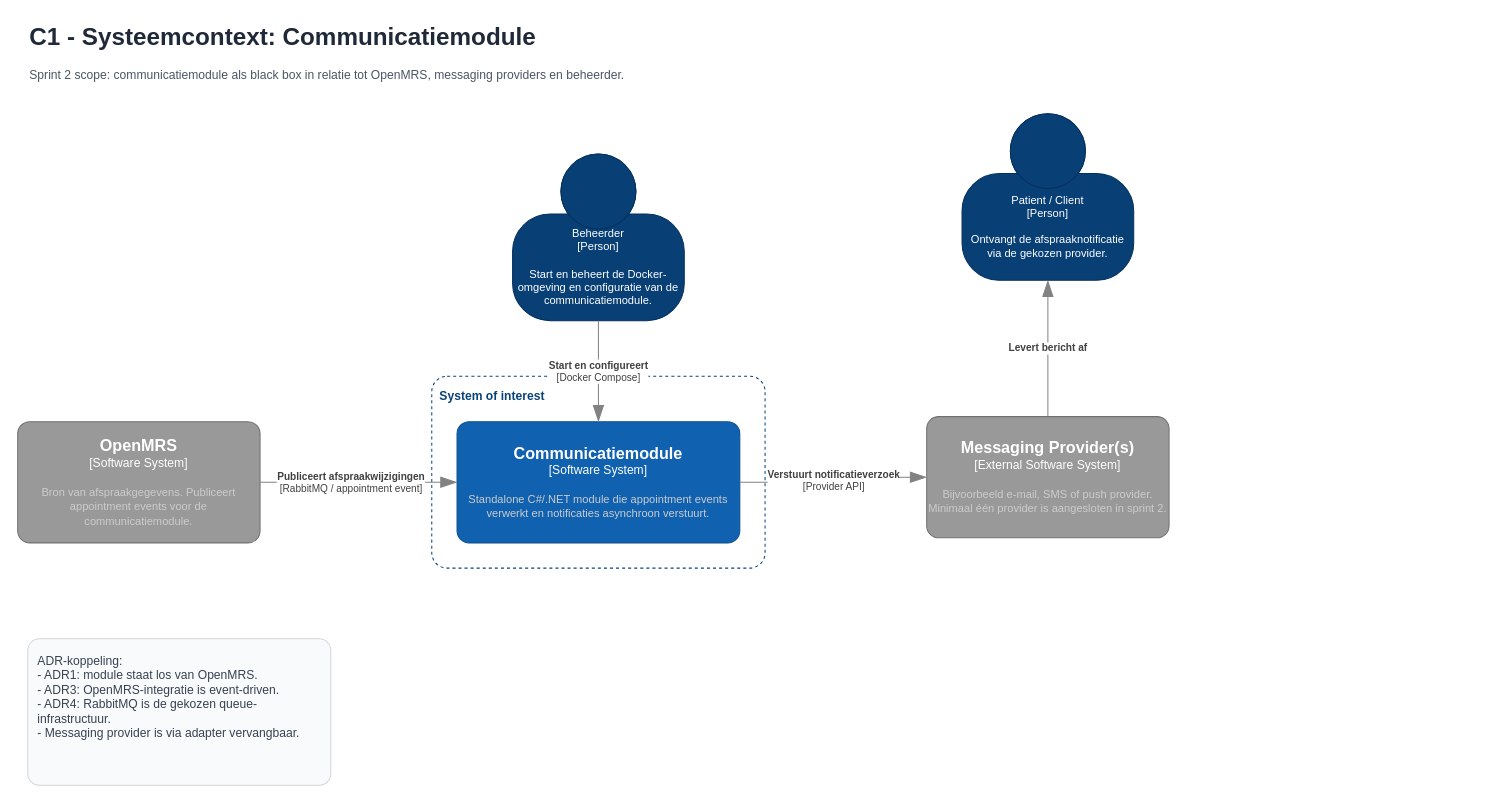
Before: C4/C4_Context.drawio in PatientPingeling/PatientPingeling, a draw.io diagram. Source tidied: cells renumbered, new cells numbered last; positions are measured from the earlier drawing's top-left corner, leaving out a move shared by most shapes. Both pictures are drawn from the tidied source at 101%, with x=0, y=0 at pixel (17, 17).
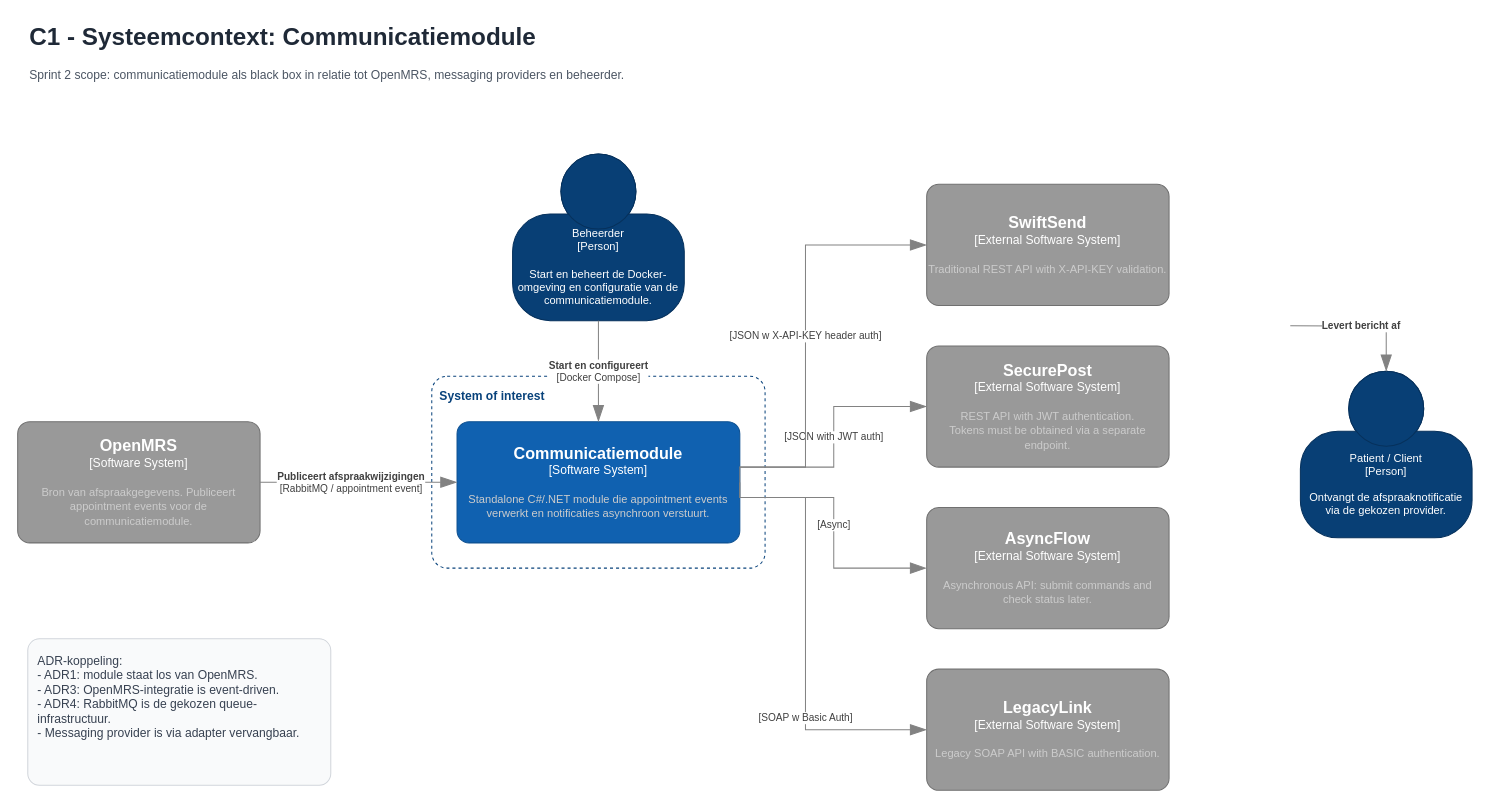
The same diagram, later.

Commit message:
Update C4 Context diagram with layout adjustments and additional external systems

The change refers to these unchanged cells:
```xml
<object id="7" label="&lt;font style=&quot;font-size: 16px&quot;&gt;&lt;b&gt;%c4Name%&lt;/b&gt;&lt;/font&gt;&lt;div&gt;[%c4Type%]&lt;/div&gt;&lt;br&gt;&lt;div&gt;&lt;font style=&quot;font-size: 11px&quot;&gt;&lt;font color=&quot;#cccccc&quot;&gt;%c4Description%&lt;/font&gt;&lt;/div&gt;" c4Description="Standalone C#/.NET module die appointment events verwerkt en notificaties asynchroon verstuurt." c4Name="Communicatiemodule" c4Type="Software System" placeholders="1">
  <mxCell style="rounded=1;whiteSpace=wrap;html=1;labelBackgroundColor=none;fillColor=#1061B0;fontColor=#ffffff;align=center;arcSize=10;strokeColor=#0D5091;points=[[0.25,0,0],[0.5,0,0],[0.75,0,0],[1,0.25,0],[1,0.5,0],[1,0.75,0],[0.75,1,0],[0.5,1,0],[0.25,1,0],[0,0.75,0],[0,0.5,0],[0,0.25,0]];" parent="1" vertex="1">
    <mxGeometry x="435" y="400" width="280" height="120" as="geometry" />
  </mxCell>
</object>
```

The edit, as a diff of the source:
```diff
@@
-    <object id="8" label="&lt;font style=&quot;font-size: 16px&quot;&gt;&lt;b&gt;%c4Name%&lt;/b&gt;&lt;/font&gt;&lt;div&gt;[%c4Type%]&lt;/div&gt;&lt;br&gt;&lt;div&gt;&lt;font style=&quot;font-size: 11px&quot;&gt;&lt;font color=&quot;#cccccc&quot;&gt;%c4Description%&lt;/font&gt;&lt;/div&gt;" c4Description="Bijvoorbeeld e-mail, SMS of push provider. Minimaal één provider is aangesloten in sprint 2." c4Name="Messaging Provider(s)" c4Type="External Software System" placeholders="1">
+    <object id="8" label="&lt;font style=&quot;font-size: 16px&quot;&gt;&lt;b&gt;%c4Name%&lt;/b&gt;&lt;/font&gt;&lt;div&gt;[%c4Type%]&lt;/div&gt;&lt;br&gt;&lt;div&gt;&lt;font style=&quot;font-size: 11px&quot;&gt;&lt;font color=&quot;#cccccc&quot;&gt;%c4Description%&lt;/font&gt;&lt;/div&gt;" c4Description="REST API with JWT authentication.&#10;Tokens must be obtained via a separate endpoint." c4Name="SecurePost" c4Type="External Software System" placeholders="1">
       <mxCell style="rounded=1;whiteSpace=wrap;html=1;labelBackgroundColor=none;fillColor=#999999;fontColor=#ffffff;align=center;arcSize=10;strokeColor=#707070;points=[[0.25,0,0],[0.5,0,0],[0.75,0,0],[1,0.25,0],[1,0.5,0],[1,0.75,0],[0.75,1,0],[0.5,1,0],[0.25,1,0],[0,0.75,0],[0,0.5,0],[0,0.25,0]];" parent="1" vertex="1">
-        <mxGeometry x="900" y="395" width="240" height="120" as="geometry" />
+        <mxGeometry x="900" y="325" width="240" height="120" as="geometry" />
       </mxCell>
     </object>
     <object id="9" label="%c4Name%&lt;br&gt;[%c4Type%]&lt;br&gt;&lt;br&gt;%c4Description%" c4Description="Ontvangt de afspraaknotificatie via de gekozen provider." c4Name="Patient / Client" c4Type="Person" placeholders="1">
       <mxCell style="fontSize=11;dashed=0;whiteSpace=wrap;fillColor=#083F75;strokeColor=#06315C;fontColor=#FFFFFF;shape=mxgraph.c4.person2;align=center;points=[[0.5,0,0],[1,0.5,0],[1,0.75,0],[0.75,1,0],[0.5,1,0],[0.25,1,0],[0,0.75,0],[0,0.5,0]];html=1;" parent="1" vertex="1">
-        <mxGeometry x="935" y="95" width="170" height="165" as="geometry" />
+        <mxGeometry x="1270" y="350" width="170" height="165" as="geometry" />
       </mxCell>
     </object>
@@
-    <object id="12" label="&lt;div style=&quot;text-align: left&quot;&gt;&lt;div style=&quot;text-align: center&quot;&gt;&lt;b&gt;%c4Description%&lt;/b&gt;&lt;/div&gt;&lt;div style=&quot;text-align: center&quot;&gt;[%c4Technology%]&lt;/div&gt;&lt;/div&gt;" c4Description="Verstuurt notificatieverzoek" c4Technology="Provider API" placeholders="1">
+    <object id="12" label="&lt;div style=&quot;text-align: left&quot;&gt;&lt;div style=&quot;text-align: center&quot;&gt;&lt;b&gt;%c4Description%&lt;/b&gt;&lt;/div&gt;&lt;div style=&quot;text-align: center&quot;&gt;[%c4Technology%]&lt;/div&gt;&lt;/div&gt;" c4Description="" c4Technology="JSON with JWT auth" placeholders="1">
       <mxCell style="endArrow=blockThin;html=1;fontSize=10;fontColor=#404040;strokeWidth=1;endFill=1;strokeColor=#828282;elbow=vertical;endSize=14;startSize=14;jumpStyle=arc;jumpSize=16;rounded=0;edgeStyle=orthogonalEdgeStyle;" parent="1" edge="1" source="7" target="8">
-        <mxGeometry relative="1" as="geometry" />
+        <mxGeometry relative="1" as="geometry">
+          <Array as="points">
+            <mxPoint x="808" y="445" />
+            <mxPoint x="808" y="385" />
+          </Array>
+        </mxGeometry>
       </mxCell>
     </object>
     <object id="13" label="&lt;div style=&quot;text-align: left&quot;&gt;&lt;div style=&quot;text-align: center&quot;&gt;&lt;b&gt;%c4Description%&lt;/b&gt;&lt;/div&gt;&lt;div style=&quot;text-align: center&quot;&gt;%c4Technology%&lt;/div&gt;&lt;/div&gt;" c4Description="Levert bericht af" c4Technology="" placeholders="1">
-      <mxCell style="endArrow=blockThin;html=1;fontSize=10;fontColor=#404040;strokeWidth=1;endFill=1;strokeColor=#828282;elbow=vertical;endSize=14;startSize=14;jumpStyle=arc;jumpSize=16;rounded=0;edgeStyle=orthogonalEdgeStyle;" parent="1" edge="1" source="8" target="9">
-        <mxGeometry relative="1" as="geometry" />
+      <mxCell style="endArrow=blockThin;html=1;fontSize=10;fontColor=#404040;strokeWidth=1;endFill=1;strokeColor=#828282;elbow=vertical;endSize=14;startSize=14;jumpStyle=arc;jumpSize=16;rounded=0;edgeStyle=orthogonalEdgeStyle;" parent="1" edge="1" target="9">
+        <mxGeometry relative="1" as="geometry">
+          <mxPoint x="1260" y="305" as="sourcePoint" />
+        </mxGeometry>
       </mxCell>
     </object>
@@
+    <object id="15" label="&lt;font style=&quot;font-size: 16px&quot;&gt;&lt;b&gt;%c4Name%&lt;/b&gt;&lt;/font&gt;&lt;div&gt;[%c4Type%]&lt;/div&gt;&lt;br&gt;&lt;div&gt;&lt;font style=&quot;font-size: 11px&quot;&gt;&lt;font color=&quot;#cccccc&quot;&gt;%c4Description%&lt;/font&gt;&lt;/div&gt;" c4Description="Traditional REST API with X-API-KEY validation." c4Name="SwiftSend" c4Type="External Software System" placeholders="1">
+      <mxCell style="rounded=1;whiteSpace=wrap;html=1;labelBackgroundColor=none;fillColor=#999999;fontColor=#ffffff;align=center;arcSize=10;strokeColor=#707070;points=[[0.25,0,0],[0.5,0,0],[0.75,0,0],[1,0.25,0],[1,0.5,0],[1,0.75,0],[0.75,1,0],[0.5,1,0],[0.25,1,0],[0,0.75,0],[0,0.5,0],[0,0.25,0]];" parent="1" vertex="1">
+        <mxGeometry x="900" y="165" width="240" height="120" as="geometry" />
+      </mxCell>
+    </object>
+    <object id="16" label="&lt;font style=&quot;font-size: 16px&quot;&gt;&lt;b&gt;%c4Name%&lt;/b&gt;&lt;/font&gt;&lt;div&gt;[%c4Type%]&lt;/div&gt;&lt;br&gt;&lt;div&gt;&lt;font style=&quot;font-size: 11px&quot;&gt;&lt;font color=&quot;#cccccc&quot;&gt;%c4Description%&lt;/font&gt;&lt;/div&gt;" c4Description="Legacy SOAP API with BASIC authentication." c4Name="LegacyLink" c4Type="External Software System" placeholders="1">
+      <mxCell style="rounded=1;whiteSpace=wrap;html=1;labelBackgroundColor=none;fillColor=#999999;fontColor=#ffffff;align=center;arcSize=10;strokeColor=#707070;points=[[0.25,0,0],[0.5,0,0],[0.75,0,0],[1,0.25,0],[1,0.5,0],[1,0.75,0],[0.75,1,0],[0.5,1,0],[0.25,1,0],[0,0.75,0],[0,0.5,0],[0,0.25,0]];" parent="1" vertex="1">
+        <mxGeometry x="900" y="645" width="240" height="120" as="geometry" />
+      </mxCell>
+    </object>
+    <object id="17" label="&lt;font style=&quot;font-size: 16px&quot;&gt;&lt;b&gt;%c4Name%&lt;/b&gt;&lt;/font&gt;&lt;div&gt;[%c4Type%]&lt;/div&gt;&lt;br&gt;&lt;div&gt;&lt;font style=&quot;font-size: 11px&quot;&gt;&lt;font color=&quot;#cccccc&quot;&gt;%c4Description%&lt;/font&gt;&lt;/div&gt;" c4Description="Asynchronous API: submit commands and check status later." c4Name="AsyncFlow" c4Type="External Software System" placeholders="1">
+      <mxCell style="rounded=1;whiteSpace=wrap;html=1;labelBackgroundColor=none;fillColor=#999999;fontColor=#ffffff;align=center;arcSize=10;strokeColor=#707070;points=[[0.25,0,0],[0.5,0,0],[0.75,0,0],[1,0.25,0],[1,0.5,0],[1,0.75,0],[0.75,1,0],[0.5,1,0],[0.25,1,0],[0,0.75,0],[0,0.5,0],[0,0.25,0]];" parent="1" vertex="1">
+        <mxGeometry x="900" y="485" width="240" height="120" as="geometry" />
+      </mxCell>
+    </object>
+    <object id="18" label="&lt;div style=&quot;text-align: left&quot;&gt;&lt;div style=&quot;text-align: center&quot;&gt;&lt;b&gt;%c4Description%&lt;/b&gt;&lt;/div&gt;&lt;div style=&quot;text-align: center&quot;&gt;[%c4Technology%]&lt;/div&gt;&lt;/div&gt;" c4Description="" c4Technology="JSON w X-API-KEY header auth" placeholders="1">
+      <mxCell style="endArrow=blockThin;html=1;fontSize=10;fontColor=#404040;strokeWidth=1;endFill=1;strokeColor=#828282;elbow=vertical;endSize=14;startSize=14;jumpStyle=arc;jumpSize=16;rounded=0;edgeStyle=orthogonalEdgeStyle;exitX=1;exitY=0.5;exitDx=0;exitDy=0;exitPerimeter=0;entryX=0;entryY=0.5;entryDx=0;entryDy=0;entryPerimeter=0;" parent="1" edge="1" source="7" target="15">
+        <mxGeometry relative="1" as="geometry">
+          <Array as="points">
+            <mxPoint x="715" y="445" />
+            <mxPoint x="780" y="445" />
+            <mxPoint x="780" y="225" />
+          </Array>
+        </mxGeometry>
+      </mxCell>
+    </object>
+    <object id="19" label="&lt;div style=&quot;text-align: left&quot;&gt;&lt;div style=&quot;text-align: center&quot;&gt;&lt;b&gt;%c4Description%&lt;/b&gt;&lt;/div&gt;&lt;div style=&quot;text-align: center&quot;&gt;[%c4Technology%]&lt;/div&gt;&lt;/div&gt;" c4Description="" c4Technology="Async" placeholders="1">
+      <mxCell style="endArrow=blockThin;html=1;fontSize=10;fontColor=#404040;strokeWidth=1;endFill=1;strokeColor=#828282;elbow=vertical;endSize=14;startSize=14;jumpStyle=arc;jumpSize=16;rounded=0;edgeStyle=orthogonalEdgeStyle;exitX=1;exitY=0.5;exitDx=0;exitDy=0;exitPerimeter=0;entryX=0;entryY=0.5;entryDx=0;entryDy=0;entryPerimeter=0;" parent="1" edge="1" source="7" target="17">
+        <mxGeometry relative="1" as="geometry">
+          <Array as="points">
+            <mxPoint x="715" y="475" />
+            <mxPoint x="808" y="475" />
+            <mxPoint x="808" y="545" />
+          </Array>
+        </mxGeometry>
+      </mxCell>
+    </object>
+    <object id="20" label="&lt;div style=&quot;text-align: left&quot;&gt;&lt;div style=&quot;text-align: center&quot;&gt;&lt;b&gt;%c4Description%&lt;/b&gt;&lt;/div&gt;&lt;div style=&quot;text-align: center&quot;&gt;[%c4Technology%]&lt;/div&gt;&lt;/div&gt;" c4Description="" c4Technology="SOAP w Basic Auth" placeholders="1">
+      <mxCell style="endArrow=blockThin;html=1;fontSize=10;fontColor=#404040;strokeWidth=1;endFill=1;strokeColor=#828282;elbow=vertical;endSize=14;startSize=14;jumpStyle=arc;jumpSize=16;rounded=0;edgeStyle=orthogonalEdgeStyle;exitX=1;exitY=0.5;exitDx=0;exitDy=0;exitPerimeter=0;entryX=0;entryY=0.5;entryDx=0;entryDy=0;entryPerimeter=0;" parent="1" edge="1" source="7" target="16">
+        <mxGeometry x="0.38" relative="1" as="geometry">
+          <Array as="points">
+            <mxPoint x="715" y="475" />
+            <mxPoint x="780" y="475" />
+            <mxPoint x="780" y="705" />
+          </Array>
+          <mxPoint y="1" as="offset" />
+        </mxGeometry>
+      </mxCell>
+    </object>
```
